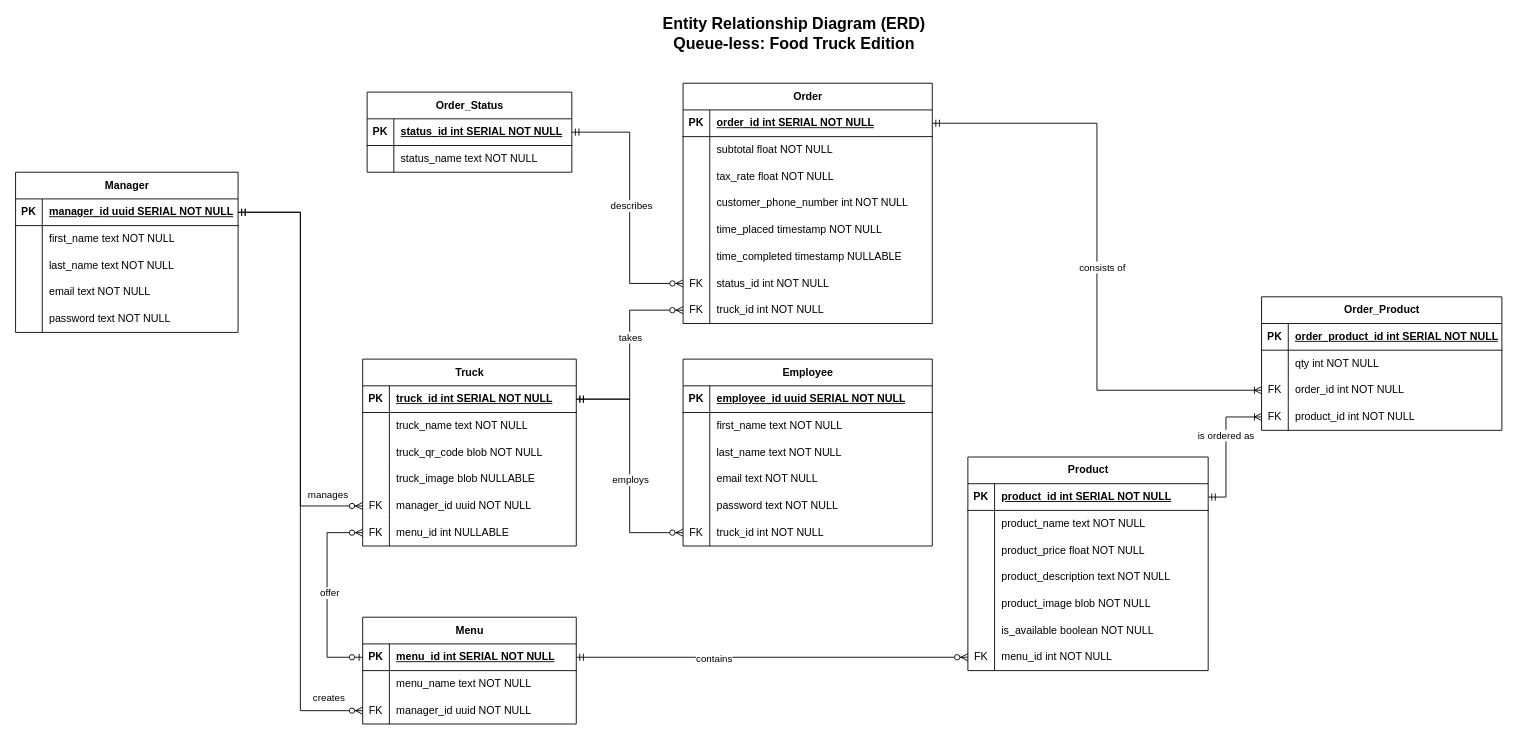
This is qless/documentation/ERD.drawio from MasonKrause7/qless-host, a draw.io file, before an edit. Source tidied: cells renumbered, new cells numbered last; positions are measured from the earlier drawing's top-left corner, leaving out a move shared by most shapes. Both pictures are drawn from the tidied source at 89%, with x=0, y=0 at pixel (15, 20).
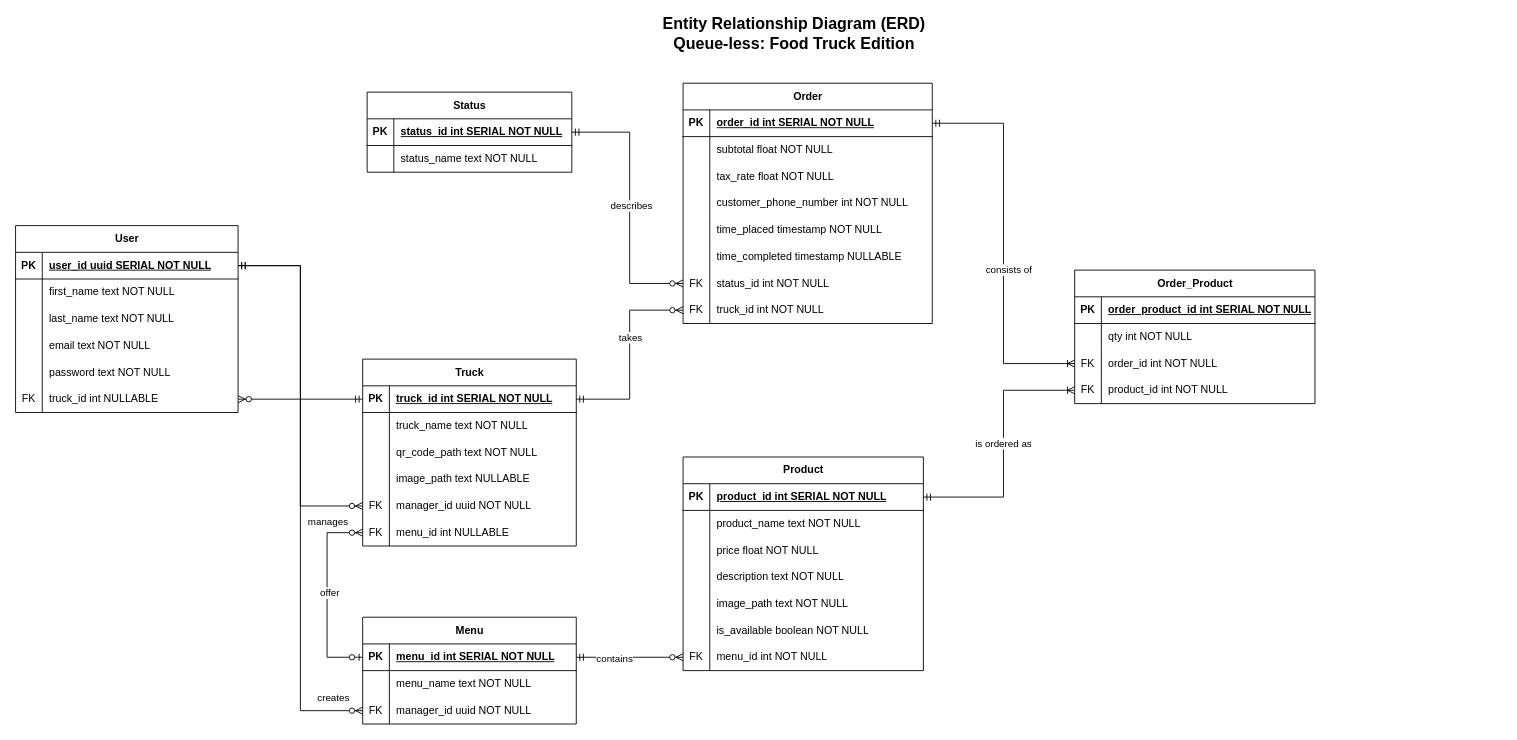
The same page after the edit.

Unchanged cells that the change refers to:
```xml
<mxCell id="3" style="shape=tableRow;horizontal=0;startSize=0;swimlaneHead=0;swimlaneBody=0;fillColor=none;points=[[0,0.5],[1,0.5]];portConstraint=eastwest;top=0;left=0;right=0;bottom=1;" parent="2" vertex="1">
  <mxGeometry y="30" width="240" height="30" as="geometry" />
</mxCell>
<mxCell id="9" style="shape=tableRow;horizontal=0;startSize=0;swimlaneHead=0;swimlaneBody=0;fillColor=none;top=0;left=0;right=0;bottom=0;" parent="2" vertex="1">
  <mxGeometry y="90" width="240" height="30" as="geometry" />
</mxCell>
<mxCell id="12" style="shape=tableRow;horizontal=0;startSize=0;swimlaneHead=0;swimlaneBody=0;fillColor=none;top=0;left=0;right=0;bottom=0;" parent="2" vertex="1">
  <mxGeometry y="120" width="240" height="30" as="geometry" />
</mxCell>
<mxCell id="22" style="shape=tableRow;horizontal=0;startSize=0;swimlaneHead=0;swimlaneBody=0;fillColor=none;points=[[0,0.5],[1,0.5]];portConstraint=eastwest;top=0;left=0;right=0;bottom=1;" parent="21" vertex="1">
  <mxGeometry y="30" width="250" height="30" as="geometry" />
</mxCell>
<mxCell id="73" style="shape=tableRow;horizontal=0;startSize=0;swimlaneHead=0;swimlaneBody=0;fillColor=none;points=[[0,0.5],[1,0.5]];portConstraint=eastwest;top=0;left=0;right=0;bottom=1;" parent="72" vertex="1">
  <mxGeometry y="30" width="270" height="30" as="geometry" />
</mxCell>
<mxCell id="79" style="shape=tableRow;horizontal=0;startSize=0;swimlaneHead=0;swimlaneBody=0;fillColor=none;top=0;left=0;right=0;bottom=0;" parent="72" vertex="1">
  <mxGeometry y="90" width="270" height="30" as="geometry" />
</mxCell>
<mxCell id="82" style="shape=tableRow;horizontal=0;startSize=0;swimlaneHead=0;swimlaneBody=0;fillColor=none;top=0;left=0;right=0;bottom=0;" parent="72" vertex="1">
  <mxGeometry y="120" width="270" height="30" as="geometry" />
</mxCell>
<mxCell id="85" style="shape=tableRow;horizontal=0;startSize=0;swimlaneHead=0;swimlaneBody=0;fillColor=none;top=0;left=0;right=0;bottom=0;" parent="72" vertex="1">
  <mxGeometry y="150" width="270" height="30" as="geometry" />
</mxCell>
<mxCell id="104" style="shape=tableRow;horizontal=0;startSize=0;swimlaneHead=0;swimlaneBody=0;fillColor=none;points=[[0,0.5],[1,0.5]];portConstraint=eastwest;top=0;left=0;right=0;bottom=0;" parent="94" vertex="1">
  <mxGeometry y="120" width="270" height="30" as="geometry" />
</mxCell>
```

What changed in the source:
```diff
@@
-    <mxCell id="11" value="truck_qr_code blob NOT NULL" style="shape=partialRectangle;fillColor=none;top=0;left=0;bottom=0;right=0;align=left;spacingLeft=6;overflow=hidden;whiteSpace=wrap;html=1;" parent="9" vertex="1">
+    <mxCell id="11" value="qr_code_path text NOT NULL" style="shape=partialRectangle;fillColor=none;top=0;left=0;bottom=0;right=0;align=left;spacingLeft=6;overflow=hidden;whiteSpace=wrap;html=1;" parent="9" vertex="1">
       <mxGeometry x="30" width="210" height="30" as="geometry" />
     </mxCell>
@@
-    <mxCell id="14" value="truck_image blob NULLABLE" style="shape=partialRectangle;fillColor=none;top=0;left=0;bottom=0;right=0;align=left;spacingLeft=6;overflow=hidden;whiteSpace=wrap;html=1;" parent="12" vertex="1">
+    <mxCell id="14" value="image_path text NULLABLE" style="shape=partialRectangle;fillColor=none;top=0;left=0;bottom=0;right=0;align=left;spacingLeft=6;overflow=hidden;whiteSpace=wrap;html=1;" parent="12" vertex="1">
       <mxGeometry x="30" width="210" height="30" as="geometry" />
     </mxCell>
@@
-    <mxCell id="21" value="Manager" style="shape=table;startSize=30;childLayout=tableLayout;rowLines=0;fontStyle=1;align=center;html=1;" parent="1" vertex="1">
-      <mxGeometry y="170" width="250" height="180" as="geometry" />
+    <mxCell id="21" value="User" style="shape=table;startSize=30;childLayout=tableLayout;rowLines=0;fontStyle=1;align=center;html=1;" parent="1" vertex="1">
+      <mxGeometry y="230" width="250" height="210" as="geometry" />
     </mxCell>
@@
-    <mxCell id="24" value="manager_id uuid SERIAL NOT NULL" style="shape=partialRectangle;fillColor=none;top=0;left=0;bottom=0;right=0;align=left;spacingLeft=6;fontStyle=5;overflow=hidden;whiteSpace=wrap;html=1;" parent="22" vertex="1">
+    <mxCell id="24" value="user_id uuid SERIAL NOT NULL" style="shape=partialRectangle;fillColor=none;top=0;left=0;bottom=0;right=0;align=left;spacingLeft=6;fontStyle=5;overflow=hidden;whiteSpace=wrap;html=1;" parent="22" vertex="1">
       <mxGeometry x="30" width="220" height="30" as="geometry" />
     </mxCell>
@@
+    <mxCell id="152" style="shape=tableRow;horizontal=0;startSize=0;swimlaneHead=0;swimlaneBody=0;fillColor=none;points=[[0,0.5],[1,0.5]];portConstraint=eastwest;top=0;left=0;right=0;bottom=0;" parent="21" vertex="1">
+      <mxGeometry y="180" width="250" height="30" as="geometry" />
+    </mxCell>
+    <mxCell id="135" value="FK" style="shape=partialRectangle;fillColor=none;top=0;left=0;bottom=0;right=0;overflow=hidden;whiteSpace=wrap;html=1;" parent="152" vertex="1">
+      <mxGeometry width="30" height="30" as="geometry" />
+    </mxCell>
+    <mxCell id="153" value="truck_id int NULLABLE" style="shape=partialRectangle;fillColor=none;top=0;left=0;bottom=0;right=0;align=left;spacingLeft=6;overflow=hidden;whiteSpace=wrap;html=1;" parent="152" vertex="1">
+      <mxGeometry x="30" width="220" height="30" as="geometry" />
+    </mxCell>
@@
     <mxCell id="72" value="Product" style="shape=table;startSize=30;childLayout=tableLayout;rowLines=0;fontStyle=1;align=center;html=1;" parent="1" vertex="1">
-      <mxGeometry x="1070" y="490" width="270" height="240" as="geometry" />
+      <mxGeometry x="750" y="490" width="270" height="240" as="geometry" />
     </mxCell>
@@
-    <mxCell id="81" value="product_price float NOT NULL" style="shape=partialRectangle;fillColor=none;top=0;left=0;bottom=0;right=0;align=left;spacingLeft=6;overflow=hidden;whiteSpace=wrap;html=1;" parent="79" vertex="1">
+    <mxCell id="81" value="price float NOT NULL" style="shape=partialRectangle;fillColor=none;top=0;left=0;bottom=0;right=0;align=left;spacingLeft=6;overflow=hidden;whiteSpace=wrap;html=1;" parent="79" vertex="1">
       <mxGeometry x="30" width="240" height="30" as="geometry" />
     </mxCell>
@@
-    <mxCell id="84" value="product_description text NOT NULL" style="shape=partialRectangle;fillColor=none;top=0;left=0;bottom=0;right=0;align=left;spacingLeft=6;overflow=hidden;whiteSpace=wrap;html=1;" parent="82" vertex="1">
+    <mxCell id="84" value="description text NOT NULL" style="shape=partialRectangle;fillColor=none;top=0;left=0;bottom=0;right=0;align=left;spacingLeft=6;overflow=hidden;whiteSpace=wrap;html=1;" parent="82" vertex="1">
       <mxGeometry x="30" width="240" height="30" as="geometry" />
     </mxCell>
@@
-    <mxCell id="87" value="product_image blob NOT NULL" style="shape=partialRectangle;fillColor=none;top=0;left=0;bottom=0;right=0;align=left;spacingLeft=6;overflow=hidden;whiteSpace=wrap;html=1;" parent="85" vertex="1">
+    <mxCell id="87" value="image_path text NOT NULL" style="shape=partialRectangle;fillColor=none;top=0;left=0;bottom=0;right=0;align=left;spacingLeft=6;overflow=hidden;whiteSpace=wrap;html=1;" parent="85" vertex="1">
       <mxGeometry x="30" width="240" height="30" as="geometry" />
     </mxCell>
@@
     <mxCell id="94" value="Order_Product" style="shape=table;startSize=30;childLayout=tableLayout;rowLines=0;fontStyle=1;align=center;html=1;" parent="1" vertex="1">
-      <mxGeometry x="1400" y="310" width="270" height="150" as="geometry" />
+      <mxGeometry x="1190" y="280" width="270" height="150" as="geometry" />
     </mxCell>
@@
     <mxCell id="113" style="edgeStyle=orthogonalEdgeStyle;fontSize=12;html=1;endArrow=ERoneToMany;startArrow=ERmandOne;rounded=0;exitX=1;exitY=0.5;exitDx=0;exitDy=0;entryX=0;entryY=0.5;entryDx=0;entryDy=0;" parent="1" edge="1" source="73" target="104">
       <mxGeometry relative="1" as="geometry">
         <Array as="points">
-          <mxPoint x="1360" y="535" />
-          <mxPoint x="1360" y="445" />
+          <mxPoint x="1110" y="535" />
+          <mxPoint x="1110" y="415" />
         </Array>
       </mxGeometry>
     </mxCell>
@@
-    <mxCell id="118" value="Employee" style="shape=table;startSize=30;childLayout=tableLayout;rowLines=0;fontStyle=1;align=center;html=1;" parent="1" vertex="1">
-      <mxGeometry x="750" y="380" width="280" height="210" as="geometry" />
-    </mxCell>
-    <mxCell id="119" style="shape=tableRow;horizontal=0;startSize=0;swimlaneHead=0;swimlaneBody=0;fillColor=none;top=0;left=0;right=0;bottom=1;" parent="118" vertex="1">
-      <mxGeometry y="30" width="280" height="30" as="geometry" />
-    </mxCell>
-    <mxCell id="120" value="PK" style="shape=partialRectangle;fillColor=none;top=0;left=0;bottom=0;right=0;fontStyle=1;overflow=hidden;whiteSpace=wrap;html=1;" parent="119" vertex="1">
-      <mxGeometry width="30" height="30" as="geometry" />
-    </mxCell>
-    <mxCell id="121" value="employee_id uuid SERIAL NOT NULL" style="shape=partialRectangle;fillColor=none;top=0;left=0;bottom=0;right=0;align=left;spacingLeft=6;fontStyle=5;overflow=hidden;whiteSpace=wrap;html=1;" parent="119" vertex="1">
-      <mxGeometry x="30" width="250" height="30" as="geometry" />
-    </mxCell>
-    <mxCell id="122" style="shape=tableRow;horizontal=0;startSize=0;swimlaneHead=0;swimlaneBody=0;fillColor=none;top=0;left=0;right=0;bottom=0;" parent="118" vertex="1">
-      <mxGeometry y="60" width="280" height="30" as="geometry" />
-    </mxCell>
-    <mxCell id="123" style="shape=partialRectangle;fillColor=none;top=0;left=0;bottom=0;right=0;overflow=hidden;whiteSpace=wrap;html=1;" parent="122" vertex="1">
-      <mxGeometry width="30" height="30" as="geometry" />
-    </mxCell>
-    <mxCell id="124" value="first_name text NOT NULL" style="shape=partialRectangle;fillColor=none;top=0;left=0;bottom=0;right=0;align=left;spacingLeft=6;overflow=hidden;whiteSpace=wrap;html=1;" parent="122" vertex="1">
-      <mxGeometry x="30" width="250" height="30" as="geometry" />
-    </mxCell>
-    <mxCell id="125" style="shape=tableRow;horizontal=0;startSize=0;swimlaneHead=0;swimlaneBody=0;fillColor=none;top=0;left=0;right=0;bottom=0;" parent="118" vertex="1">
-      <mxGeometry y="90" width="280" height="30" as="geometry" />
-    </mxCell>
-    <mxCell id="126" style="shape=partialRectangle;fillColor=none;top=0;left=0;bottom=0;right=0;overflow=hidden;whiteSpace=wrap;html=1;" parent="125" vertex="1">
-      <mxGeometry width="30" height="30" as="geometry" />
-    </mxCell>
-    <mxCell id="127" value="last_name text NOT NULL" style="shape=partialRectangle;fillColor=none;top=0;left=0;bottom=0;right=0;align=left;spacingLeft=6;overflow=hidden;whiteSpace=wrap;html=1;" parent="125" vertex="1">
-      <mxGeometry x="30" width="250" height="30" as="geometry" />
-    </mxCell>
-    <mxCell id="128" style="shape=tableRow;horizontal=0;startSize=0;swimlaneHead=0;swimlaneBody=0;fillColor=none;top=0;left=0;right=0;bottom=0;" parent="118" vertex="1">
-      <mxGeometry y="120" width="280" height="30" as="geometry" />
-    </mxCell>
-    <mxCell id="129" style="shape=partialRectangle;fillColor=none;top=0;left=0;bottom=0;right=0;overflow=hidden;whiteSpace=wrap;html=1;" parent="128" vertex="1">
-      <mxGeometry width="30" height="30" as="geometry" />
-    </mxCell>
-    <mxCell id="130" value="email text NOT NULL" style="shape=partialRectangle;fillColor=none;top=0;left=0;bottom=0;right=0;align=left;spacingLeft=6;overflow=hidden;whiteSpace=wrap;html=1;" parent="128" vertex="1">
-      <mxGeometry x="30" width="250" height="30" as="geometry" />
-    </mxCell>
-    <mxCell id="131" style="shape=tableRow;horizontal=0;startSize=0;swimlaneHead=0;swimlaneBody=0;fillColor=none;top=0;left=0;right=0;bottom=0;" parent="118" vertex="1">
-      <mxGeometry y="150" width="280" height="30" as="geometry" />
-    </mxCell>
-    <mxCell id="132" style="shape=partialRectangle;fillColor=none;top=0;left=0;bottom=0;right=0;overflow=hidden;whiteSpace=wrap;html=1;" parent="131" vertex="1">
-      <mxGeometry width="30" height="30" as="geometry" />
-    </mxCell>
-    <mxCell id="133" value="password text NOT NULL" style="shape=partialRectangle;fillColor=none;top=0;left=0;bottom=0;right=0;align=left;spacingLeft=6;overflow=hidden;whiteSpace=wrap;html=1;" parent="131" vertex="1">
-      <mxGeometry x="30" width="250" height="30" as="geometry" />
-    </mxCell>
-    <mxCell id="134" style="shape=tableRow;horizontal=0;startSize=0;swimlaneHead=0;swimlaneBody=0;fillColor=none;points=[[0,0.5],[1,0.5]];portConstraint=eastwest;top=0;left=0;right=0;bottom=0;" parent="118" vertex="1">
-      <mxGeometry y="180" width="280" height="30" as="geometry" />
-    </mxCell>
-    <mxCell id="135" value="FK" style="shape=partialRectangle;fillColor=none;top=0;left=0;bottom=0;right=0;overflow=hidden;whiteSpace=wrap;html=1;" parent="134" vertex="1">
-      <mxGeometry width="30" height="30" as="geometry" />
-    </mxCell>
-    <mxCell id="136" value="truck_id int NOT NULL" style="shape=partialRectangle;fillColor=none;top=0;left=0;bottom=0;right=0;align=left;spacingLeft=6;overflow=hidden;whiteSpace=wrap;html=1;" parent="134" vertex="1">
-      <mxGeometry x="30" width="250" height="30" as="geometry" />
-    </mxCell>
-    <mxCell id="137" style="edgeStyle=orthogonalEdgeStyle;fontSize=12;html=1;endArrow=ERzeroToMany;startArrow=ERmandOne;rounded=0;exitX=1;exitY=0.5;exitDx=0;exitDy=0;entryX=0;entryY=0.5;entryDx=0;entryDy=0;" parent="1" edge="1" source="3" target="134">
-      <mxGeometry relative="1" as="geometry" />
-    </mxCell>
-    <mxCell id="138" value="employs" style="edgeLabel;html=1;align=center;verticalAlign=middle;" parent="137" vertex="1">
-      <mxGeometry x="0.74" y="4" relative="1" as="geometry">
-        <mxPoint x="-25" y="-56" as="offset" />
-      </mxGeometry>
-    </mxCell>
@@
-    <mxCell id="143" value="Order_Status" style="shape=table;startSize=30;childLayout=tableLayout;rowLines=0;fontStyle=1;align=center;html=1;" parent="1" vertex="1">
+    <mxCell id="143" value="Status" style="shape=table;startSize=30;childLayout=tableLayout;rowLines=0;fontStyle=1;align=center;html=1;" parent="1" vertex="1">
       <mxGeometry x="395" y="80" width="230" height="90" as="geometry" />
     </mxCell>
@@
+    <mxCell id="154" style="fontSize=12;html=1;endArrow=ERzeroToMany;startArrow=ERmandOne;rounded=0;entryX=1;entryY=0.5;entryDx=0;entryDy=0;exitX=0;exitY=0.5;exitDx=0;exitDy=0;" parent="1" edge="1" source="3" target="152">
+      <mxGeometry relative="1" as="geometry" />
+    </mxCell>
```
